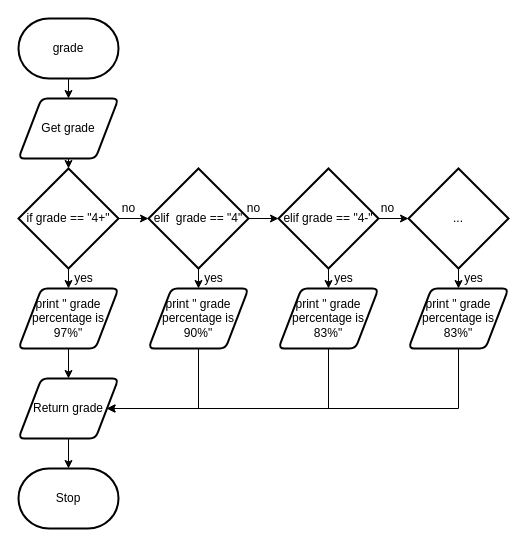
Earlier version of the draw.io diagram Draw.io/Flowchart.drawio (Peter-Gemmell/ICS3U-Unit5-03-Python). Source tidied: cells renumbered, new cells numbered last; positions are measured from the earlier drawing's top-left corner, leaving out a move shared by most shapes. Both pictures are drawn from the tidied source at 100%, with x=0, y=0 at pixel (18, 18).
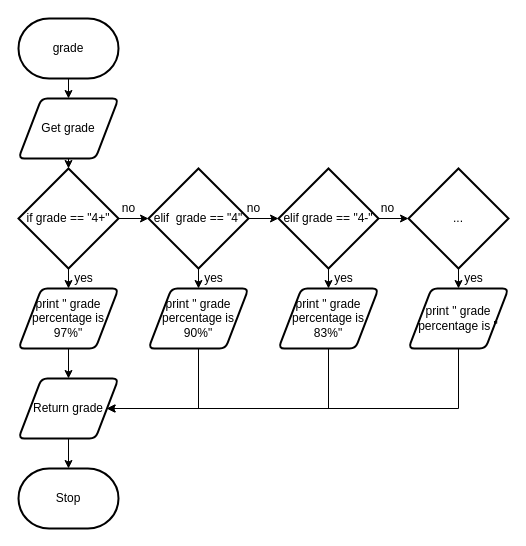
The same page after the edit.

The edit, as a diff of the source:
```diff
@@
-    <mxCell id="23" value="print &quot; grade percentage is 83%&quot;" style="shape=parallelogram;html=1;strokeWidth=2;perimeter=parallelogramPerimeter;whiteSpace=wrap;rounded=1;arcSize=12;size=0.23;" parent="1" vertex="1">
+    <mxCell id="23" value="print &quot; grade percentage is &quot;" style="shape=parallelogram;html=1;strokeWidth=2;perimeter=parallelogramPerimeter;whiteSpace=wrap;rounded=1;arcSize=12;size=0.23;" parent="1" vertex="1">
       <mxGeometry x="390" y="270" width="100" height="60" as="geometry" />
     </mxCell>
```
